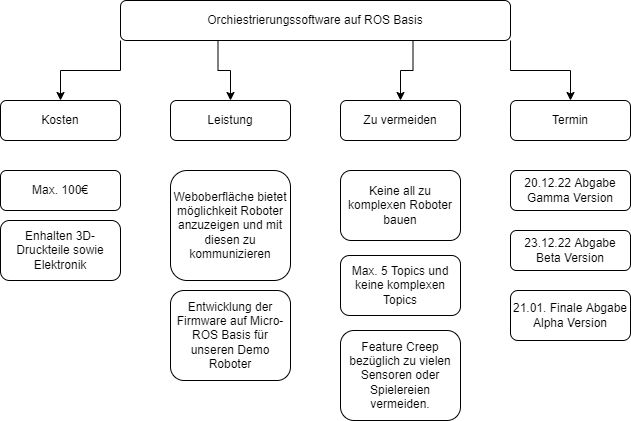
Before: doc/expose/imgs/Zielsetzung.png, a diagram exported from draw.io (qaysedc/SystemadministrationWiSe22). Source tidied: cells renumbered, new cells last; positions are measured from the earlier drawing's top-left corner, leaving out a move shared by most shapes.
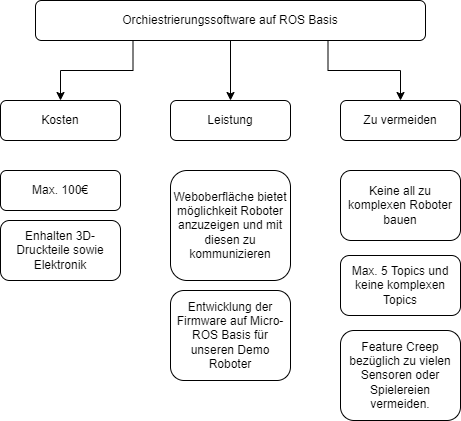
Later version of the same file.

What changed in the source:
```diff
@@ -2,20 +2,17 @@
   <root>
     <mxCell id="0" />
     <mxCell id="1" parent="0" />
-    <mxCell id="2" style="edgeStyle=orthogonalEdgeStyle;rounded=0;jettySize=auto;html=1;exitX=0;exitY=1;exitDx=0;exitDy=0;entryX=0.5;entryY=0;entryDx=0;entryDy=0;" parent="1" edge="1" source="6" target="8">
-      <mxGeometry relative="1" as="geometry" />
-    </mxCell>
-    <mxCell id="3" style="edgeStyle=orthogonalEdgeStyle;rounded=0;jettySize=auto;html=1;exitX=0.25;exitY=1;exitDx=0;exitDy=0;entryX=0.5;entryY=0;entryDx=0;entryDy=0;" parent="1" edge="1" source="6" target="7">
+    <mxCell id="3" style="edgeStyle=orthogonalEdgeStyle;rounded=0;jettySize=auto;html=1;exitX=0.5;exitY=1;exitDx=0;exitDy=0;entryX=0.5;entryY=0;entryDx=0;entryDy=0;" parent="1" edge="1" source="6" target="7">
       <mxGeometry relative="1" as="geometry" />
     </mxCell>
     <mxCell id="4" style="edgeStyle=orthogonalEdgeStyle;rounded=0;jettySize=auto;html=1;exitX=0.75;exitY=1;exitDx=0;exitDy=0;entryX=0.5;entryY=0;entryDx=0;entryDy=0;" parent="1" edge="1" source="6" target="10">
       <mxGeometry relative="1" as="geometry" />
     </mxCell>
-    <mxCell id="5" style="edgeStyle=orthogonalEdgeStyle;rounded=0;jettySize=auto;html=1;exitX=1;exitY=1;exitDx=0;exitDy=0;" parent="1" edge="1" source="6" target="9">
-      <mxGeometry relative="1" as="geometry" />
-    </mxCell>
+    <mxCell id="2" style="edgeStyle=orthogonalEdgeStyle;rounded=0;jettySize=auto;html=1;exitX=0.25;exitY=1;exitDx=0;exitDy=0;entryX=0.5;entryY=0;entryDx=0;entryDy=0;" parent="1" edge="1" source="6" target="8">
+      <mxGeometry relative="1" as="geometry" />
+    </mxCell>
     <mxCell id="6" value="Orchiestrierungssoftware auf ROS Basis" style="rounded=1;whiteSpace=wrap;html=1;fontSize=12;glass=0;strokeWidth=1;shadow=0;" parent="1" vertex="1">
-      <mxGeometry x="120" width="390" height="40" as="geometry" />
+      <mxGeometry x="35" width="390" height="40" as="geometry" />
     </mxCell>
     <mxCell id="7" value="Leistung" style="rounded=1;whiteSpace=wrap;html=1;fontSize=12;glass=0;strokeWidth=1;shadow=0;" parent="1" vertex="1">
       <mxGeometry x="170" y="100" width="120" height="40" as="geometry" />
@@ -23,30 +20,18 @@
     <mxCell id="8" value="Kosten" style="rounded=1;whiteSpace=wrap;html=1;fontSize=12;glass=0;strokeWidth=1;shadow=0;" parent="1" vertex="1">
       <mxGeometry y="100" width="120" height="40" as="geometry" />
     </mxCell>
-    <mxCell id="9" value="Termin" style="rounded=1;whiteSpace=wrap;html=1;fontSize=12;glass=0;strokeWidth=1;shadow=0;" parent="1" vertex="1">
-      <mxGeometry x="510" y="100" width="120" height="40" as="geometry" />
-    </mxCell>
     <mxCell id="10" value="Zu vermeiden" style="rounded=1;whiteSpace=wrap;html=1;fontSize=12;glass=0;strokeWidth=1;shadow=0;" parent="1" vertex="1">
       <mxGeometry x="340" y="100" width="120" height="40" as="geometry" />
     </mxCell>
     <mxCell id="11" value="Max. 100€" style="rounded=1;whiteSpace=wrap;html=1;fontSize=12;glass=0;strokeWidth=1;shadow=0;" parent="1" vertex="1">
       <mxGeometry y="170" width="120" height="40" as="geometry" />
     </mxCell>
-    <mxCell id="12" value="20.12.22 Abgabe Gamma Version" style="rounded=1;whiteSpace=wrap;html=1;fontSize=12;glass=0;strokeWidth=1;shadow=0;" parent="1" vertex="1">
-      <mxGeometry x="510" y="170" width="120" height="40" as="geometry" />
-    </mxCell>
-    <mxCell id="13" value="21.01. Finale Abgabe Alpha Version" style="rounded=1;whiteSpace=wrap;html=1;fontSize=12;glass=0;strokeWidth=1;shadow=0;" parent="1" vertex="1">
-      <mxGeometry x="510" y="290" width="120" height="50" as="geometry" />
-    </mxCell>
     <mxCell id="14" value="Entwicklung der Firmware auf Micro-ROS Basis für unseren Demo Roboter" style="rounded=1;whiteSpace=wrap;html=1;fontSize=12;glass=0;strokeWidth=1;shadow=0;" parent="1" vertex="1">
       <mxGeometry x="170" y="290" width="120" height="90" as="geometry" />
     </mxCell>
     <mxCell id="15" value="Weboberfläche bietet möglichkeit Roboter anzuzeigen und mit diesen zu kommunizieren" style="rounded=1;whiteSpace=wrap;html=1;fontSize=12;glass=0;strokeWidth=1;shadow=0;" parent="1" vertex="1">
       <mxGeometry x="170" y="170" width="120" height="110" as="geometry" />
     </mxCell>
-    <mxCell id="16" value="23.12.22 Abgabe Beta Version" style="rounded=1;whiteSpace=wrap;html=1;fontSize=12;glass=0;strokeWidth=1;shadow=0;" parent="1" vertex="1">
-      <mxGeometry x="510" y="230" width="120" height="40" as="geometry" />
-    </mxCell>
     <mxCell id="17" value="Enhalten 3D-Druckteile sowie Elektronik" style="rounded=1;whiteSpace=wrap;html=1;fontSize=12;glass=0;strokeWidth=1;shadow=0;" parent="1" vertex="1">
       <mxGeometry y="220" width="120" height="60" as="geometry" />
     </mxCell>
```
